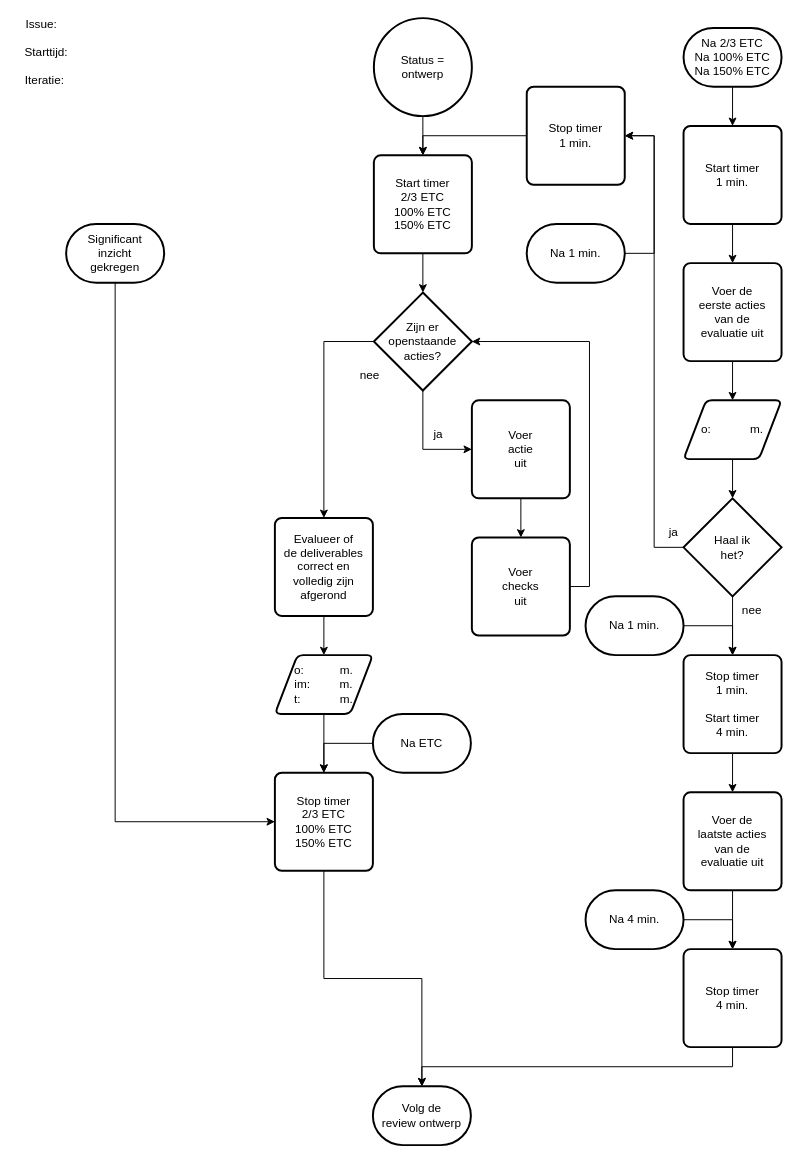
Above: 5 Issue Tracker ontwerp.drawio in Zaibatsu89/IssueTracker (draw.io), before the change. Source tidied: cells renumbered, new cells numbered last; positions are measured from the earlier drawing's top-left corner, leaving out a move shared by most shapes. Both pictures are drawn from the tidied source at 98%, with x=0, y=0 at pixel (17, 18).
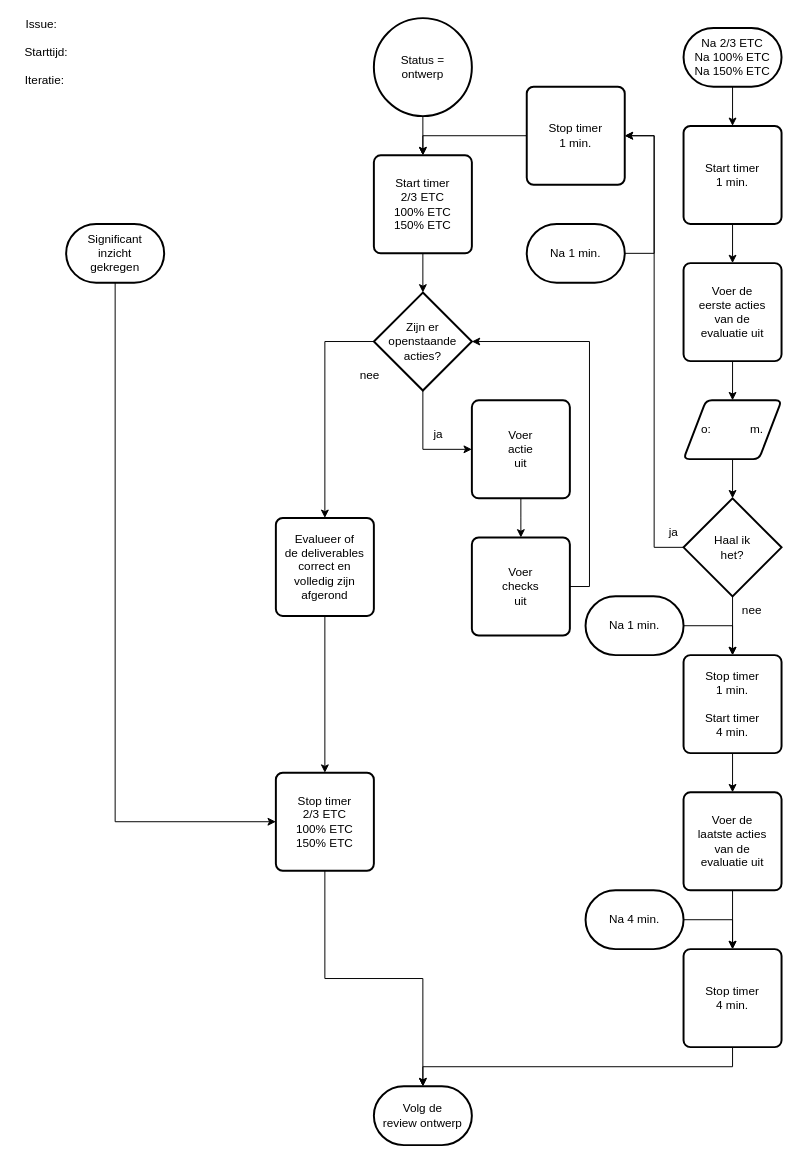
The same diagram, later.

Diff of the diagram source:
```diff
@@
-    <mxCell id="5" style="edgeStyle=orthogonalEdgeStyle;rounded=0;jettySize=auto;html=1;exitX=0.5;exitY=1;exitDx=0;exitDy=0;entryX=0.5;entryY=0;entryDx=0;entryDy=0;" parent="1" edge="1" source="6" target="49">
-      <mxGeometry relative="1" as="geometry" />
-    </mxCell>
     <mxCell id="6" value="Evalueer of&lt;br&gt;de deliverables&lt;br&gt;correct en&lt;br&gt;volledig zijn&lt;br&gt;afgerond" style="rounded=1;whiteSpace=wrap;html=1;absoluteArcSize=1;arcSize=14;strokeWidth=2;" parent="1" vertex="1">
-      <mxGeometry x="263" y="510" width="100" height="100" as="geometry" />
+      <mxGeometry x="264" y="510" width="100" height="100" as="geometry" />
     </mxCell>
@@
     <mxCell id="43" value="Volg de&lt;br&gt;review ontwerp" style="strokeWidth=2;html=1;shape=mxgraph.flowchart.terminator;whiteSpace=wrap;" parent="1" vertex="1">
-      <mxGeometry x="363" y="1090" width="100" height="60" as="geometry" />
+      <mxGeometry x="364" y="1090" width="100" height="60" as="geometry" />
     </mxCell>
@@
     <mxCell id="45" value="Stop timer&lt;br&gt;&lt;div&gt;2/3 ETC&lt;br&gt;100% ETC&lt;br&gt;150% ETC&lt;/div&gt;" style="rounded=1;whiteSpace=wrap;html=1;absoluteArcSize=1;arcSize=14;strokeWidth=2;" parent="1" vertex="1">
-      <mxGeometry x="263" y="770" width="100" height="100" as="geometry" />
+      <mxGeometry x="264" y="770" width="100" height="100" as="geometry" />
     </mxCell>
-    <mxCell id="46" style="edgeStyle=orthogonalEdgeStyle;rounded=0;jettySize=auto;html=1;exitX=0;exitY=0.5;exitDx=0;exitDy=0;exitPerimeter=0;entryX=0.5;entryY=0;entryDx=0;entryDy=0;" parent="1" edge="1" source="47" target="45">
-      <mxGeometry relative="1" as="geometry" />
-    </mxCell>
-    <mxCell id="47" value="Na ETC" style="strokeWidth=2;html=1;shape=mxgraph.flowchart.terminator;whiteSpace=wrap;" parent="1" vertex="1">
-      <mxGeometry x="363" y="710" width="100" height="60" as="geometry" />
-    </mxCell>
-    <mxCell id="48" style="edgeStyle=orthogonalEdgeStyle;rounded=0;jettySize=auto;html=1;" parent="1" edge="1" source="49" target="45">
+    <mxCell id="48" style="edgeStyle=orthogonalEdgeStyle;rounded=0;jettySize=auto;html=1;exitX=0.5;exitY=1;exitDx=0;exitDy=0;" parent="1" edge="1" source="6" target="45">
       <mxGeometry relative="1" as="geometry" />
     </mxCell>
-    <mxCell id="49" value="o:&amp;nbsp; &amp;nbsp; &amp;nbsp; &amp;nbsp; &amp;nbsp; &amp;nbsp;m.&lt;br&gt;im:&amp;nbsp; &amp;nbsp; &amp;nbsp; &amp;nbsp; &amp;nbsp;m.&lt;br&gt;t:&amp;nbsp; &amp;nbsp; &amp;nbsp; &amp;nbsp; &amp;nbsp; &amp;nbsp; m." style="shape=parallelogram;html=1;strokeWidth=2;perimeter=parallelogramPerimeter;whiteSpace=wrap;rounded=1;arcSize=12;size=0.23;" parent="1" vertex="1">
-      <mxGeometry x="263" y="650" width="100" height="60" as="geometry" />
-    </mxCell>
```
